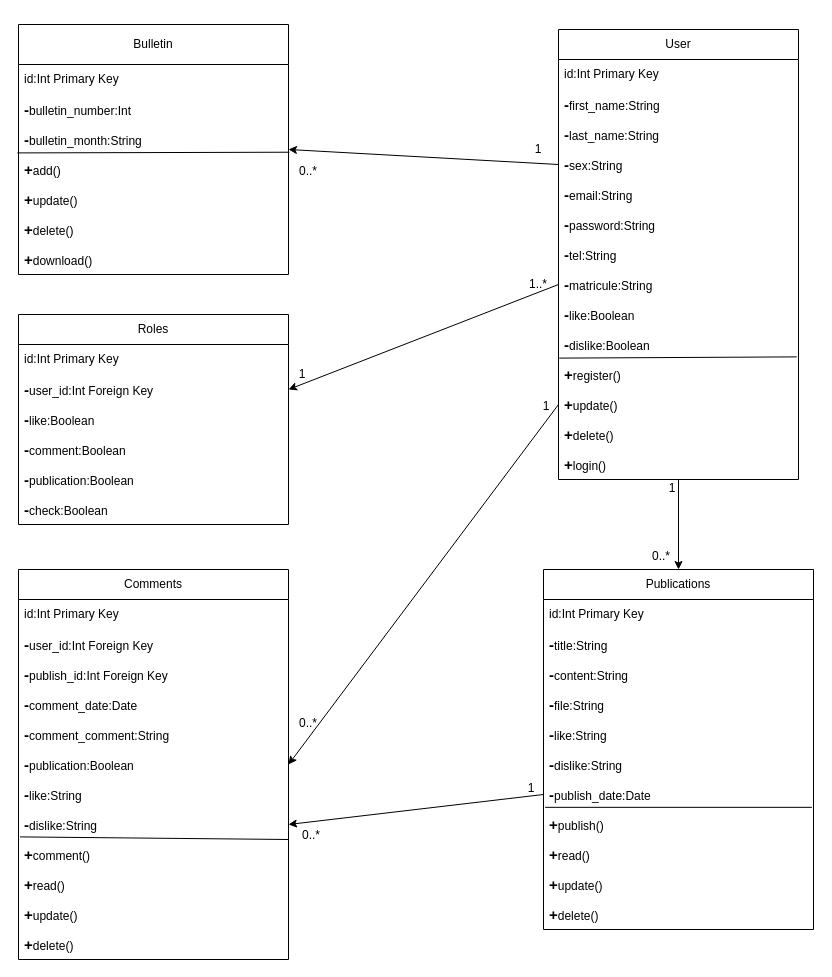
Above: Bons/classe.drawio in Ahmadcodingalx/diagrammes (draw.io), before the change. Source tidied: cells renumbered, new cells numbered last; positions are measured from the earlier drawing's top-left corner, leaving out a move shared by most shapes. Both pictures are drawn from the tidied source at 100%, with x=0, y=0 at pixel (18, 24).
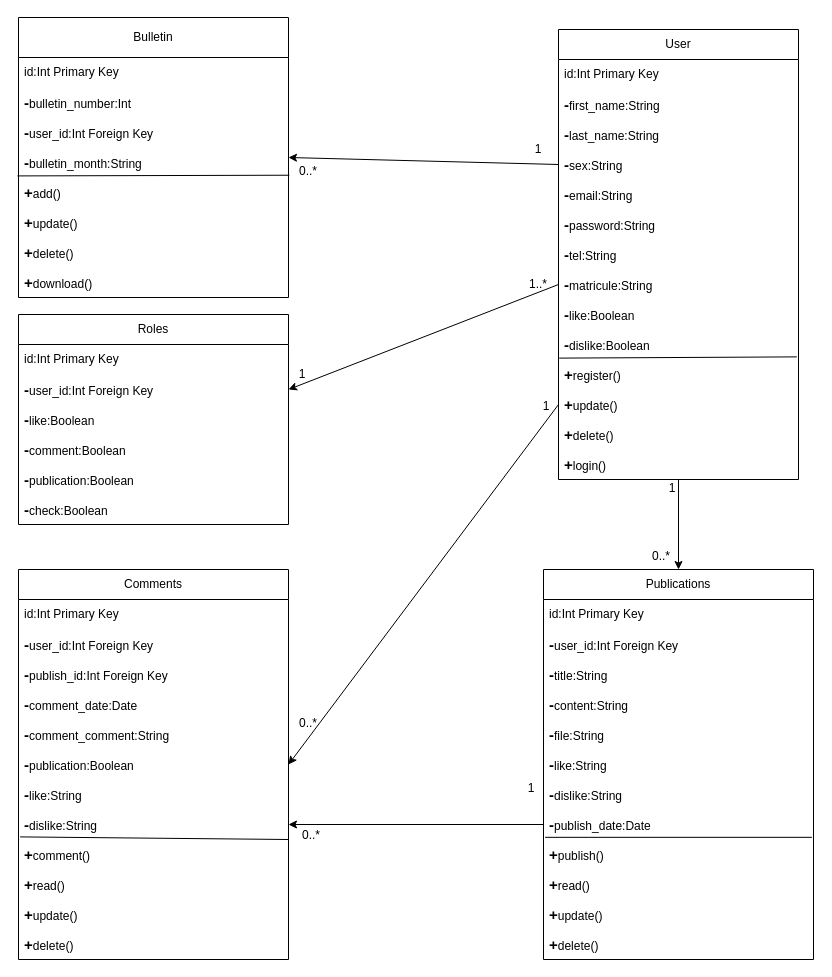
The same diagram, later.

What changed in the source:
```diff
@@
     <mxCell id="18" value="Bulletin" style="swimlane;fontStyle=0;horizontal=1;startSize=40;whiteSpace=wrap;html=1;" parent="1" vertex="1">
-      <mxGeometry width="270" height="250" as="geometry" />
+      <mxGeometry y="-7" width="270" height="280" as="geometry" />
     </mxCell>
@@
+    <mxCell id="76" value="&lt;b&gt;&lt;font style=&quot;font-size: 15px;&quot;&gt;-&lt;/font&gt;&lt;/b&gt;user_id:Int Foreign Key" style="text;strokeColor=none;fillColor=none;align=left;verticalAlign=middle;spacingLeft=4;spacingRight=4;overflow=hidden;whiteSpace=wrap;html=1;" parent="18" vertex="1">
+      <mxGeometry y="100" width="270" height="30" as="geometry" />
+    </mxCell>
     <mxCell id="21" value="&lt;b&gt;&lt;font style=&quot;font-size: 15px;&quot;&gt;-&lt;/font&gt;&lt;/b&gt;bulletin_month:String" style="text;strokeColor=none;fillColor=none;align=left;verticalAlign=middle;spacingLeft=4;spacingRight=4;overflow=hidden;whiteSpace=wrap;html=1;" parent="18" vertex="1">
-      <mxGeometry y="100" width="270" height="30" as="geometry" />
+      <mxGeometry y="130" width="270" height="30" as="geometry" />
     </mxCell>
     <mxCell id="22" value="&lt;b&gt;&lt;font style=&quot;font-size: 15px;&quot;&gt;+&lt;/font&gt;&lt;/b&gt;add()" style="text;strokeColor=none;fillColor=none;align=left;verticalAlign=middle;spacingLeft=4;spacingRight=4;overflow=hidden;points=[[0,0.5],[1,0.5]];portConstraint=eastwest;whiteSpace=wrap;html=1;" parent="18" vertex="1">
-      <mxGeometry y="130" width="270" height="30" as="geometry" />
+      <mxGeometry y="160" width="270" height="30" as="geometry" />
     </mxCell>
     <mxCell id="23" value="&lt;b&gt;&lt;font style=&quot;font-size: 15px;&quot;&gt;+&lt;/font&gt;&lt;/b&gt;update()" style="text;strokeColor=none;fillColor=none;align=left;verticalAlign=middle;spacingLeft=4;spacingRight=4;overflow=hidden;whiteSpace=wrap;html=1;" parent="18" vertex="1">
-      <mxGeometry y="160" width="270" height="30" as="geometry" />
+      <mxGeometry y="190" width="270" height="30" as="geometry" />
     </mxCell>
     <mxCell id="24" value="&lt;b&gt;&lt;font style=&quot;font-size: 15px;&quot;&gt;+&lt;/font&gt;&lt;/b&gt;delete()" style="text;strokeColor=none;fillColor=none;align=left;verticalAlign=middle;spacingLeft=4;spacingRight=4;overflow=hidden;whiteSpace=wrap;html=1;" parent="18" vertex="1">
-      <mxGeometry y="190" width="270" height="30" as="geometry" />
+      <mxGeometry y="220" width="270" height="30" as="geometry" />
     </mxCell>
@@
     <mxCell id="26" value="&lt;b&gt;&lt;font style=&quot;font-size: 15px;&quot;&gt;+&lt;/font&gt;&lt;/b&gt;download()" style="text;strokeColor=none;fillColor=none;align=left;verticalAlign=middle;spacingLeft=4;spacingRight=4;overflow=hidden;whiteSpace=wrap;html=1;" parent="18" vertex="1">
-      <mxGeometry y="220" width="270" height="30" as="geometry" />
+      <mxGeometry y="250" width="270" height="30" as="geometry" />
     </mxCell>
     <mxCell id="27" value="Publications" style="swimlane;fontStyle=0;horizontal=1;startSize=30;whiteSpace=wrap;html=1;" parent="1" vertex="1">
-      <mxGeometry x="525" y="545" width="270" height="360" as="geometry" />
+      <mxGeometry x="525" y="545" width="270" height="390" as="geometry" />
     </mxCell>
@@
+    <mxCell id="77" value="&lt;b style=&quot;border-color: var(--border-color);&quot;&gt;&lt;font style=&quot;border-color: var(--border-color); font-size: 15px;&quot;&gt;-&lt;/font&gt;&lt;/b&gt;user_id:Int Foreign Key" style="text;strokeColor=none;fillColor=none;align=left;verticalAlign=middle;spacingLeft=4;spacingRight=4;overflow=hidden;whiteSpace=wrap;html=1;" parent="27" vertex="1">
+      <mxGeometry y="60" width="270" height="30" as="geometry" />
+    </mxCell>
     <mxCell id="29" value="&lt;b&gt;&lt;font style=&quot;font-size: 15px;&quot;&gt;-&lt;/font&gt;&lt;/b&gt;title:String" style="text;strokeColor=none;fillColor=none;align=left;verticalAlign=middle;spacingLeft=4;spacingRight=4;overflow=hidden;whiteSpace=wrap;html=1;" parent="27" vertex="1">
-      <mxGeometry y="60" width="270" height="30" as="geometry" />
+      <mxGeometry y="90" width="270" height="30" as="geometry" />
     </mxCell>
     <mxCell id="30" value="&lt;b&gt;&lt;font style=&quot;font-size: 15px;&quot;&gt;-&lt;/font&gt;&lt;/b&gt;content:String" style="text;strokeColor=none;fillColor=none;align=left;verticalAlign=middle;spacingLeft=4;spacingRight=4;overflow=hidden;whiteSpace=wrap;html=1;" parent="27" vertex="1">
-      <mxGeometry y="90" width="270" height="30" as="geometry" />
+      <mxGeometry y="120" width="270" height="30" as="geometry" />
     </mxCell>
     <mxCell id="31" value="&lt;b&gt;&lt;font style=&quot;font-size: 15px;&quot;&gt;-&lt;/font&gt;&lt;/b&gt;file:String" style="text;strokeColor=none;fillColor=none;align=left;verticalAlign=middle;spacingLeft=4;spacingRight=4;overflow=hidden;whiteSpace=wrap;html=1;" parent="27" vertex="1">
-      <mxGeometry y="120" width="270" height="30" as="geometry" />
+      <mxGeometry y="150" width="270" height="30" as="geometry" />
     </mxCell>
     <mxCell id="32" value="&lt;b&gt;&lt;font style=&quot;font-size: 15px;&quot;&gt;-&lt;/font&gt;&lt;/b&gt;like:String" style="text;strokeColor=none;fillColor=none;align=left;verticalAlign=middle;spacingLeft=4;spacingRight=4;overflow=hidden;whiteSpace=wrap;html=1;" parent="27" vertex="1">
-      <mxGeometry y="150" width="270" height="30" as="geometry" />
+      <mxGeometry y="180" width="270" height="30" as="geometry" />
     </mxCell>
     <mxCell id="33" value="&lt;b&gt;&lt;font style=&quot;font-size: 15px;&quot;&gt;-&lt;/font&gt;&lt;/b&gt;dislike:String" style="text;strokeColor=none;fillColor=none;align=left;verticalAlign=middle;spacingLeft=4;spacingRight=4;overflow=hidden;whiteSpace=wrap;html=1;" parent="27" vertex="1">
-      <mxGeometry y="180" width="270" height="30" as="geometry" />
+      <mxGeometry y="210" width="270" height="30" as="geometry" />
     </mxCell>
     <mxCell id="34" value="&lt;b&gt;&lt;font style=&quot;font-size: 15px;&quot;&gt;-&lt;/font&gt;&lt;/b&gt;publish_date:Date" style="text;strokeColor=none;fillColor=none;align=left;verticalAlign=middle;spacingLeft=4;spacingRight=4;overflow=hidden;points=[[0,0.5],[1,0.5]];portConstraint=eastwest;whiteSpace=wrap;html=1;" parent="27" vertex="1">
-      <mxGeometry y="210" width="270" height="30" as="geometry" />
+      <mxGeometry y="240" width="270" height="30" as="geometry" />
     </mxCell>
     <mxCell id="35" value="&lt;b&gt;&lt;font style=&quot;font-size: 15px;&quot;&gt;+&lt;/font&gt;&lt;/b&gt;publish()" style="text;strokeColor=none;fillColor=none;align=left;verticalAlign=middle;spacingLeft=4;spacingRight=4;overflow=hidden;points=[[0,0.5],[1,0.5]];portConstraint=eastwest;whiteSpace=wrap;html=1;" parent="27" vertex="1">
-      <mxGeometry y="240" width="270" height="30" as="geometry" />
+      <mxGeometry y="270" width="270" height="30" as="geometry" />
     </mxCell>
     <mxCell id="36" value="&lt;b&gt;&lt;font style=&quot;font-size: 15px;&quot;&gt;+&lt;/font&gt;&lt;/b&gt;read()" style="text;strokeColor=none;fillColor=none;align=left;verticalAlign=middle;spacingLeft=4;spacingRight=4;overflow=hidden;whiteSpace=wrap;html=1;" parent="27" vertex="1">
-      <mxGeometry y="270" width="270" height="30" as="geometry" />
+      <mxGeometry y="300" width="270" height="30" as="geometry" />
     </mxCell>
     <mxCell id="37" value="&lt;b&gt;&lt;font style=&quot;font-size: 15px;&quot;&gt;+&lt;/font&gt;&lt;/b&gt;update()" style="text;strokeColor=none;fillColor=none;align=left;verticalAlign=middle;spacingLeft=4;spacingRight=4;overflow=hidden;whiteSpace=wrap;html=1;" parent="27" vertex="1">
-      <mxGeometry y="300" width="270" height="30" as="geometry" />
+      <mxGeometry y="330" width="270" height="30" as="geometry" />
     </mxCell>
     <mxCell id="38" value="&lt;b&gt;&lt;font style=&quot;font-size: 15px;&quot;&gt;+&lt;/font&gt;&lt;/b&gt;delete()" style="text;strokeColor=none;fillColor=none;align=left;verticalAlign=middle;spacingLeft=4;spacingRight=4;overflow=hidden;whiteSpace=wrap;html=1;" parent="27" vertex="1">
-      <mxGeometry y="330" width="270" height="30" as="geometry" />
+      <mxGeometry y="360" width="270" height="30" as="geometry" />
     </mxCell>
```
